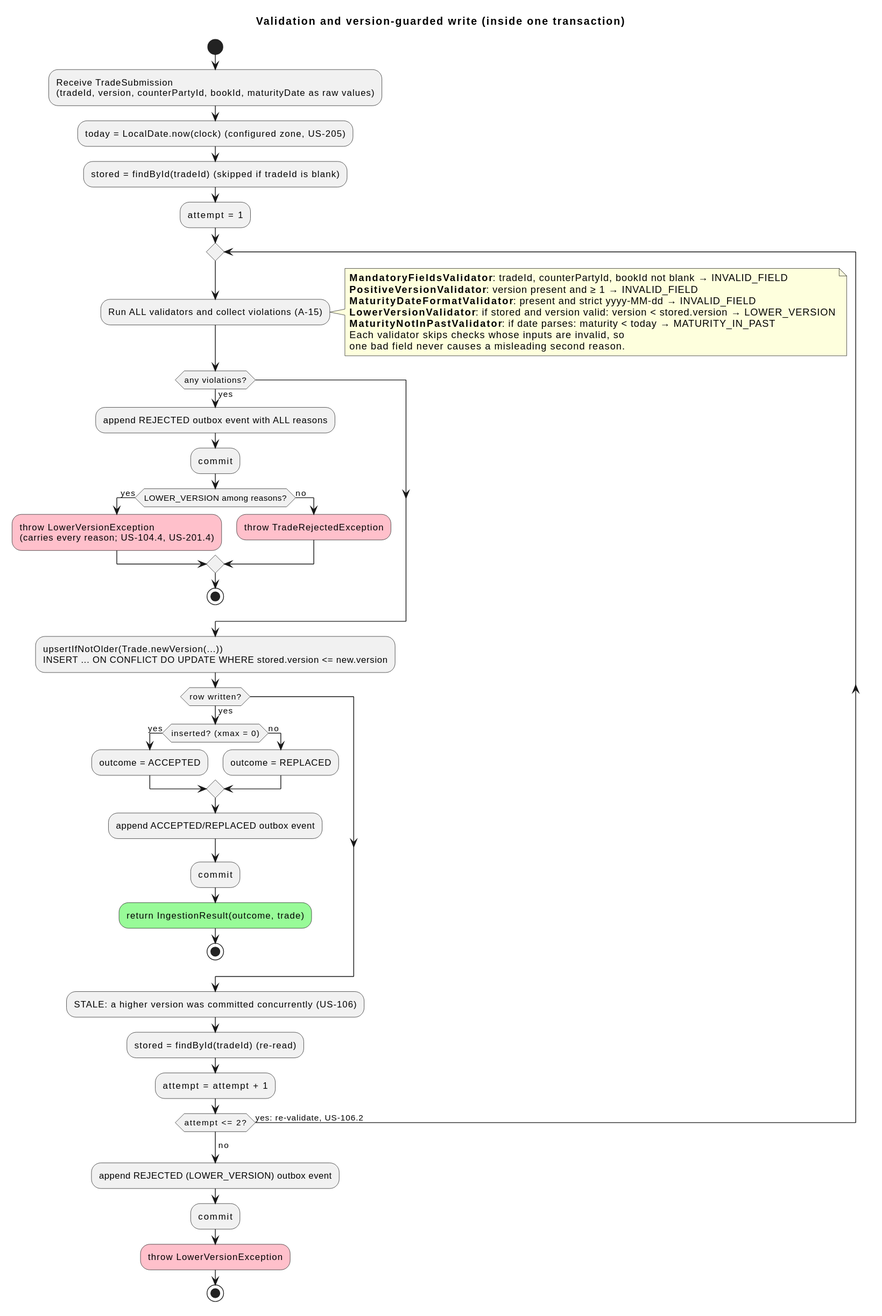
The PlantUML diagram docs/diagrams/out/05-activity-validation-and-upsert.svg in kuldipkumar/Trade-store, before a commit. Source of this version:
```plantuml
@startuml
<style>
activityDiagram {
  .fail { BackGroundColor pink }
  .ok { BackGroundColor palegreen }
}
</style>
title Validation and version-guarded write (inside one transaction)

start
:Receive TradeSubmission\n(tradeId, version, counterPartyId, bookId, maturityDate as raw values);
:today = LocalDate.now(clock)  (configured zone, US-205);
:stored = findById(tradeId)  (skipped if tradeId is blank);
:attempt = 1;

repeat
  :Run ALL validators and collect violations (A-15);
  note right
    **MandatoryFieldsValidator**: tradeId, counterPartyId, bookId not blank → INVALID_FIELD
    **PositiveVersionValidator**: version present and ≥ 1 → INVALID_FIELD
    **MaturityDateFormatValidator**: present and strict yyyy-MM-dd → INVALID_FIELD
    **LowerVersionValidator**: if stored and version valid: version < stored.version → LOWER_VERSION
    **MaturityNotInPastValidator**: if date parses: maturity < today → MATURITY_IN_PAST
    Each validator skips checks whose inputs are invalid, so
    one bad field never causes a misleading second reason.
  end note
  if (any violations?) then (yes)
    :append REJECTED outbox event with ALL reasons;
    :commit;
    if (LOWER_VERSION among reasons?) then (yes)
      :throw LowerVersionException\n(carries every reason; US-104.4, US-201.4); <<fail>>
    else (no)
      :throw TradeRejectedException; <<fail>>
    endif
    stop
  endif
  :upsertIfNotOlder(Trade.newVersion(...))\nINSERT ... ON CONFLICT DO UPDATE WHERE stored.version <= new.version;
  if (row written?) then (yes)
    if (inserted? (xmax = 0)) then (yes)
      :outcome = ACCEPTED;
    else (no)
      :outcome = REPLACED;
    endif
    :append ACCEPTED/REPLACED outbox event;
    :commit;
    :return IngestionResult(outcome, trade); <<ok>>
    stop
  endif
  :STALE: a higher version was committed concurrently (US-106);
  :stored = findById(tradeId) (re-read);
  :attempt = attempt + 1;
repeat while (attempt <= 2?) is (yes: re-validate, US-106.2)
-> no;
:append REJECTED (LOWER_VERSION) outbox event;
:commit;
:throw LowerVersionException; <<fail>>
stop
@enduml
```
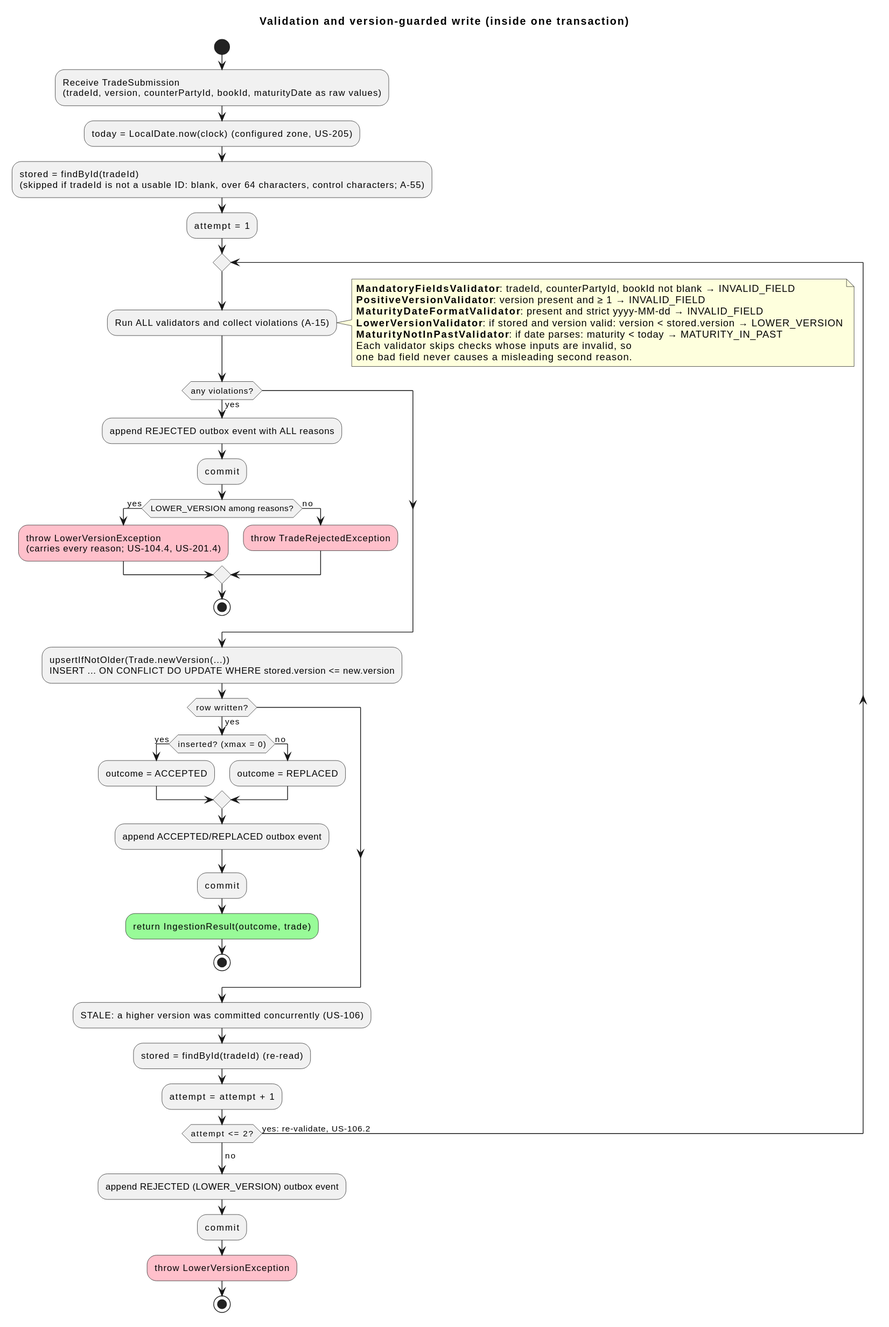
After the change.

Commit message:
docs: A-55 (proposed) unstorable trade IDs; LLD error table; activity diagram; traceability regenerated

Diff of the diagram source:
```diff
@@ -10,7 +10,7 @@
 start
 :Receive TradeSubmission\n(tradeId, version, counterPartyId, bookId, maturityDate as raw values);
 :today = LocalDate.now(clock)  (configured zone, US-205);
-:stored = findById(tradeId)  (skipped if tradeId is blank);
+:stored = findById(tradeId)\n(skipped if tradeId is not a usable ID: blank, over 64 characters, control characters; A-55);
 :attempt = 1;
 
 repeat
```
